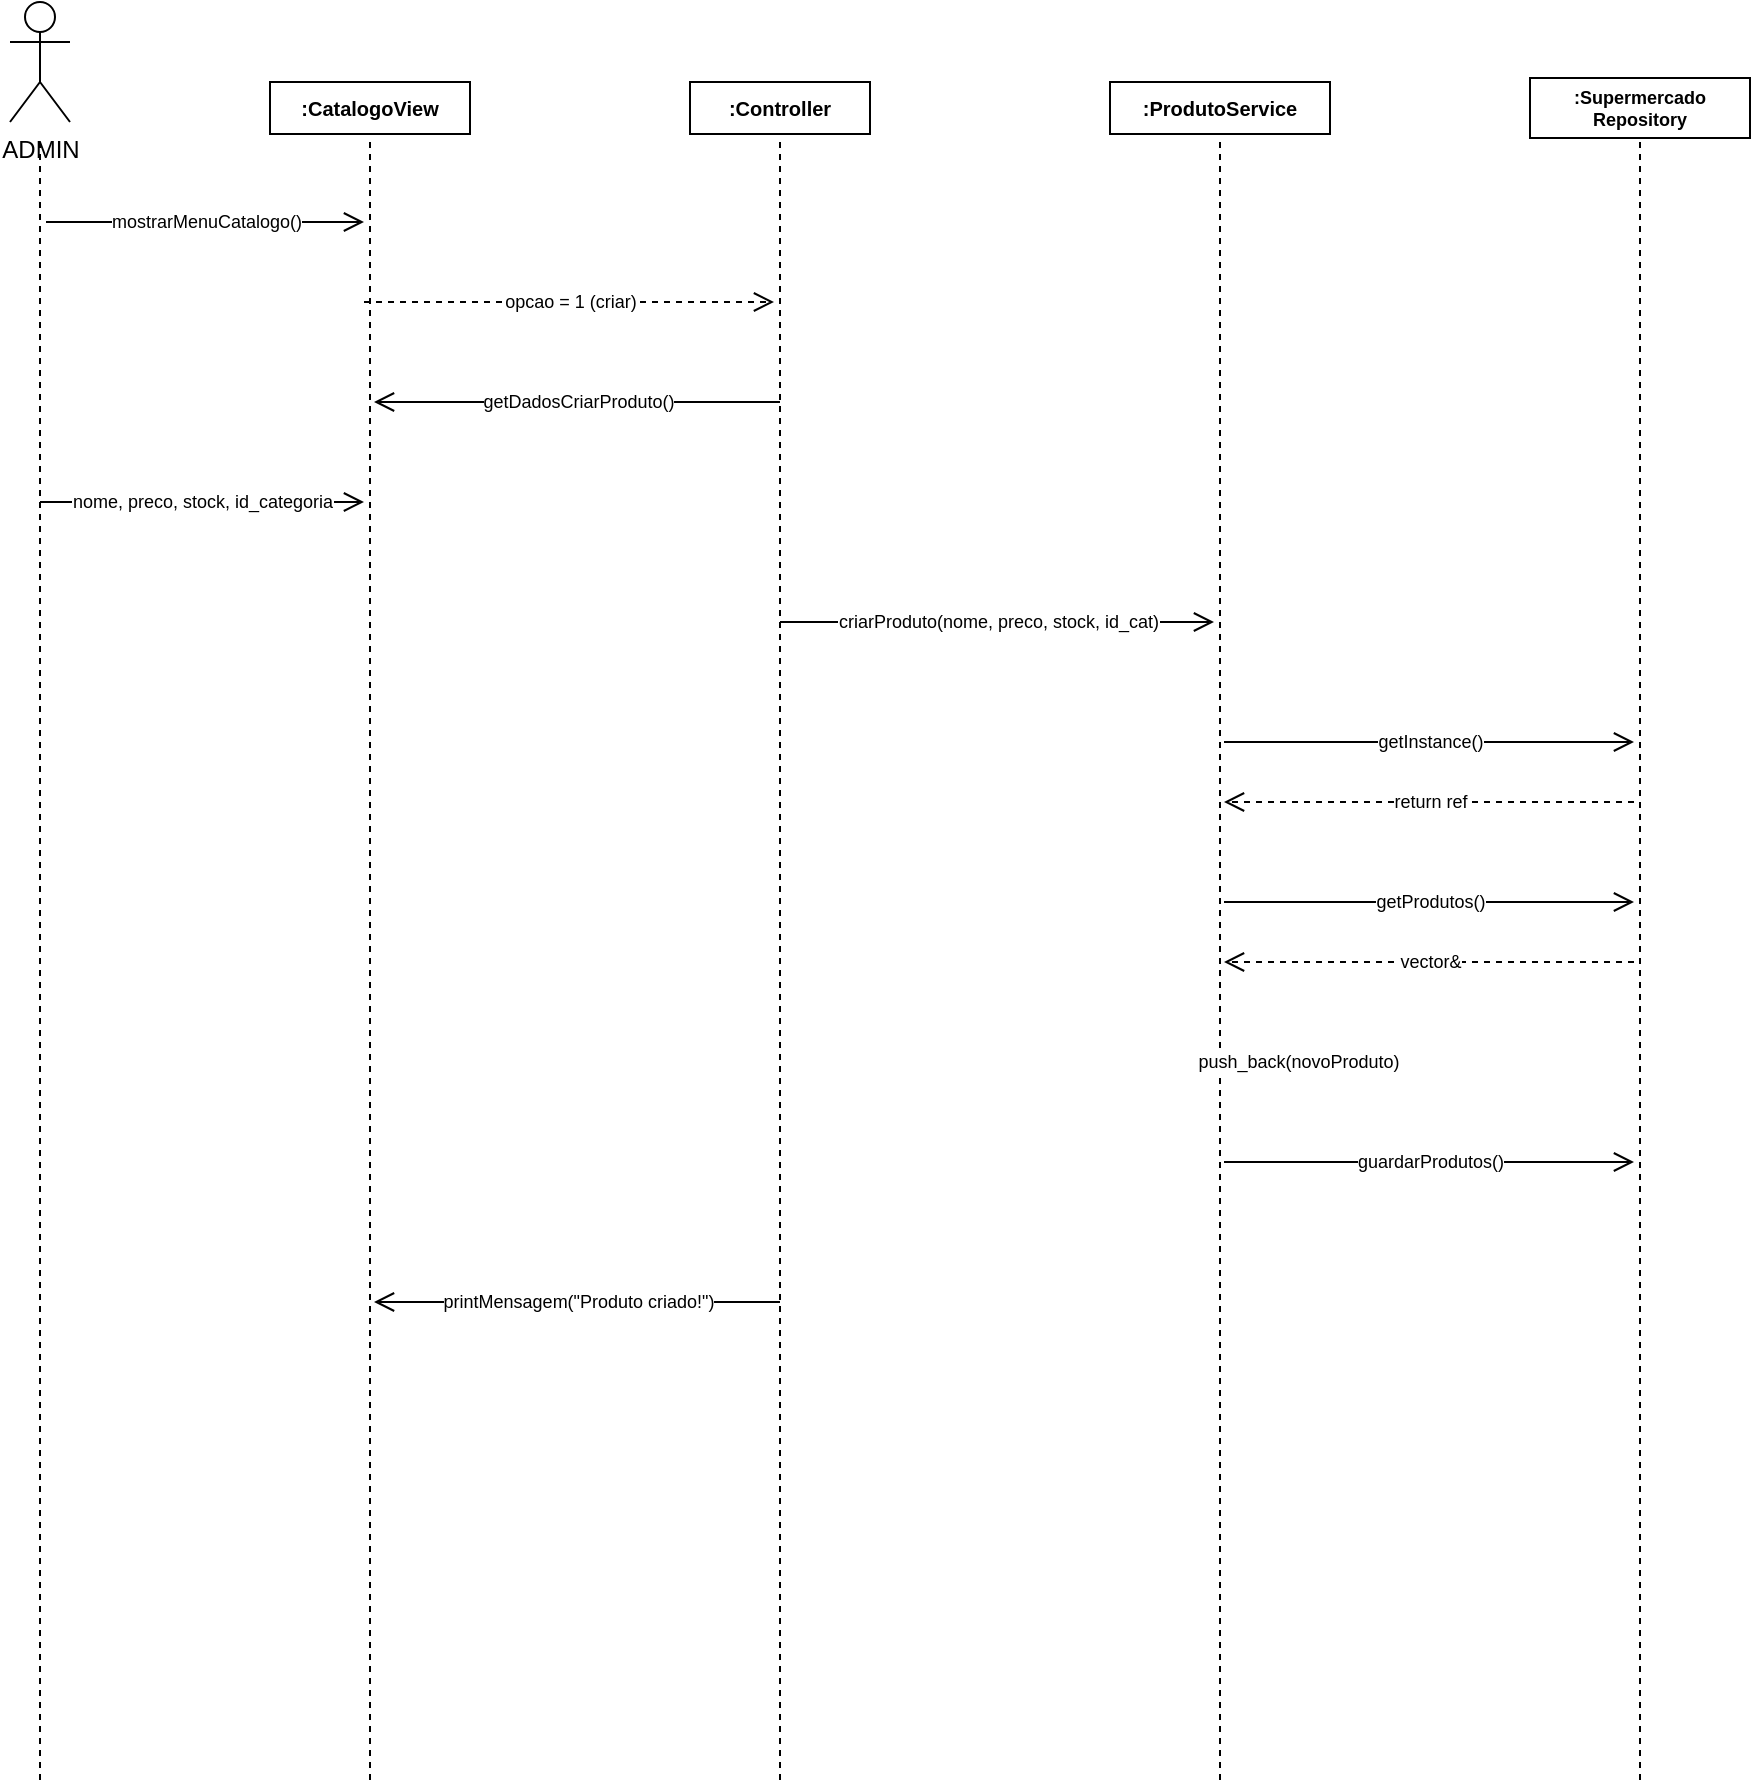
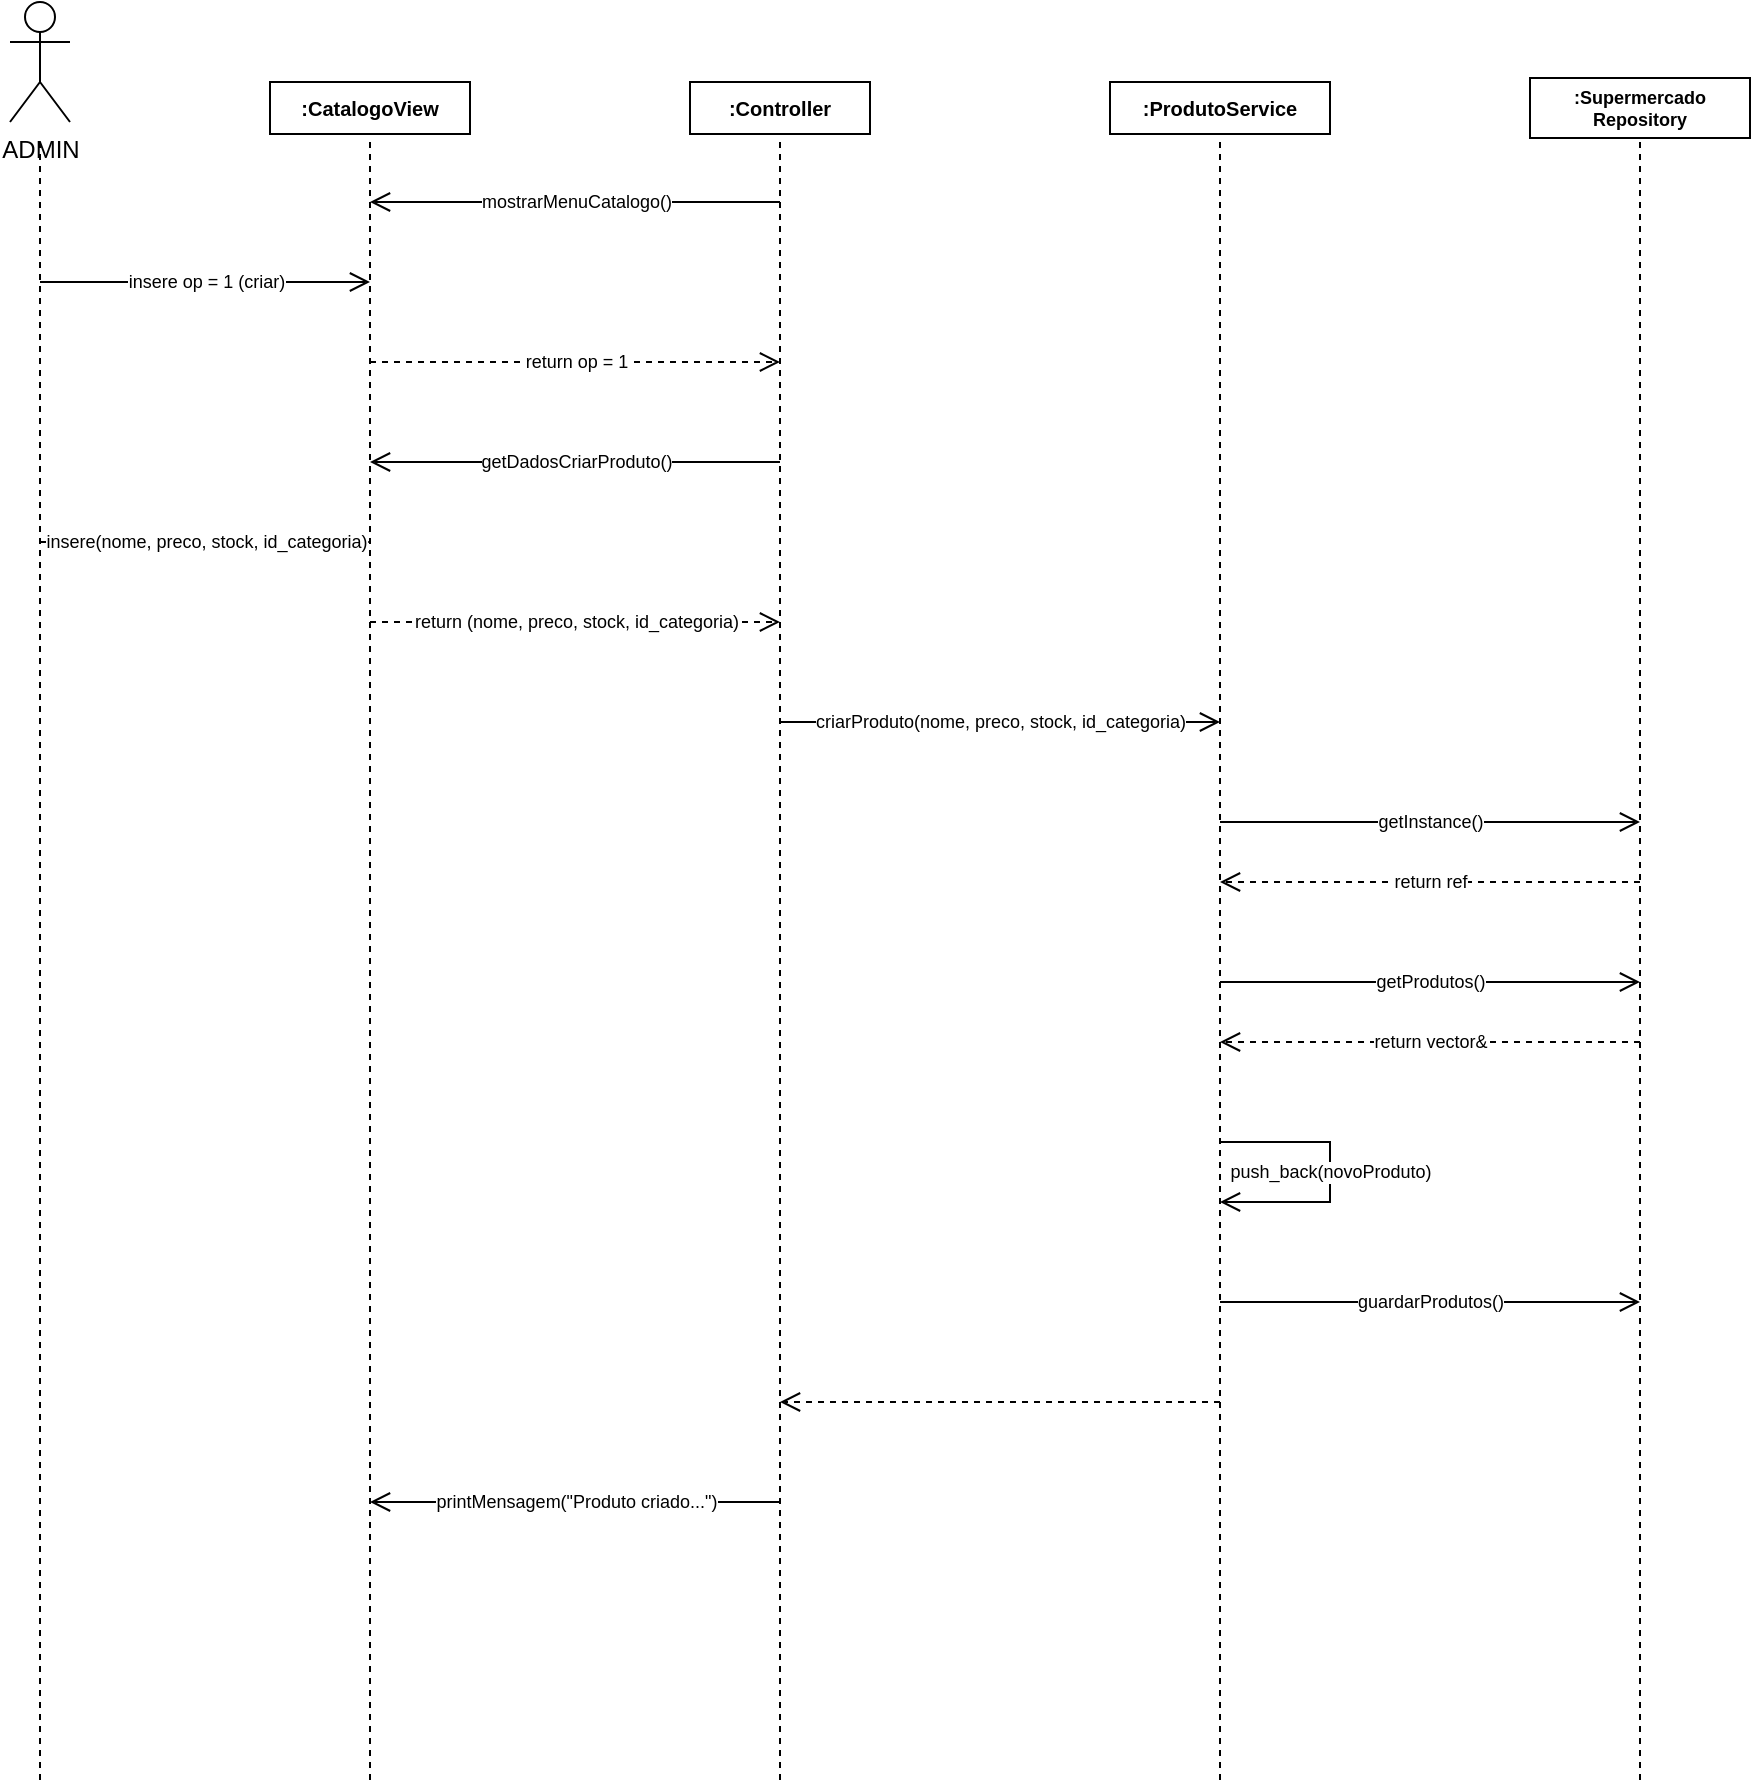
<mxfile host="app.diagrams.net">
  <diagram name="UC01-GerirCatalogo" id="uc01_seq">
    <mxGraphModel dx="1200" dy="900" grid="1" gridSize="10" guides="1" tooltips="1" connect="1" arrows="1" fold="1" page="1" pageScale="1" pageWidth="1050" pageHeight="950" math="0" shadow="0">
      <root>
        <mxCell id="0" />
        <mxCell id="1" parent="0" />

        <mxCell id="actor" parent="1" style="shape=umlActor;verticalLabelPosition=bottom;verticalAlign=top;html=1;outlineConnect=0;" value="ADMIN" vertex="1">
          <mxGeometry height="60" width="30" x="40" y="30" as="geometry" />
        </mxCell>
        <mxCell id="life_actor" parent="1" style="endArrow=none;html=1;dashed=1;strokeWidth=1;" edge="1">
          <mxGeometry height="820" width="2" relative="1" as="geometry">
            <mxPoint x="55" y="100" as="sourcePoint" />
            <mxPoint x="55" y="920" as="targetPoint" />
          </mxGeometry>
        </mxCell>

        <mxCell id="cv_header" parent="1" style="rounded=0;whiteSpace=wrap;html=1;fontStyle=1;fontSize=10;" value=":CatalogoView" vertex="1">
          <mxGeometry height="26" width="100" x="170" y="70" as="geometry" />
        </mxCell>
        <mxCell id="life_cv" parent="1" style="endArrow=none;html=1;dashed=1;strokeWidth=1;" edge="1">
          <mxGeometry height="820" width="2" relative="1" as="geometry">
            <mxPoint x="220" y="100" as="sourcePoint" />
            <mxPoint x="220" y="920" as="targetPoint" />
          </mxGeometry>
        </mxCell>

        <mxCell id="ctrl_header" parent="1" style="rounded=0;whiteSpace=wrap;html=1;fontStyle=1;fontSize=10;" value=":Controller" vertex="1">
          <mxGeometry height="26" width="90" x="380" y="70" as="geometry" />
        </mxCell>
        <mxCell id="life_ctrl" parent="1" style="endArrow=none;html=1;dashed=1;strokeWidth=1;" edge="1">
          <mxGeometry height="820" width="2" relative="1" as="geometry">
            <mxPoint x="425" y="100" as="sourcePoint" />
            <mxPoint x="425" y="920" as="targetPoint" />
          </mxGeometry>
        </mxCell>

        <mxCell id="ps_header" parent="1" style="rounded=0;whiteSpace=wrap;html=1;fontStyle=1;fontSize=10;" value=":ProdutoService" vertex="1">
          <mxGeometry height="26" width="110" x="590" y="70" as="geometry" />
        </mxCell>
        <mxCell id="life_ps" parent="1" style="endArrow=none;html=1;dashed=1;strokeWidth=1;" edge="1">
          <mxGeometry height="820" width="2" relative="1" as="geometry">
            <mxPoint x="645" y="100" as="sourcePoint" />
            <mxPoint x="645" y="920" as="targetPoint" />
          </mxGeometry>
        </mxCell>

        <mxCell id="repo_header" parent="1" style="rounded=0;whiteSpace=wrap;html=1;fontStyle=1;fontSize=9;" value=":Supermercado&#xa;Repository" vertex="1">
          <mxGeometry height="30" width="110" x="800" y="68" as="geometry" />
        </mxCell>
        <mxCell id="life_repo" parent="1" style="endArrow=none;html=1;dashed=1;strokeWidth=1;" edge="1">
          <mxGeometry height="820" width="2" relative="1" as="geometry">
            <mxPoint x="855" y="100" as="sourcePoint" />
            <mxPoint x="855" y="920" as="targetPoint" />
          </mxGeometry>
        </mxCell>

-         <mxCell id="msg1" parent="1" style="endArrow=open;html=1;fontSize=9;endSize=8;" value="mostrarMenuCatalogo()" edge="1">
+         <!-- Controller -> View: mostrarMenu -->
+         <mxCell id="msg_cv1" parent="1" style="endArrow=open;html=1;fontSize=9;endSize=8;" value="mostrarMenuCatalogo()" edge="1">
          <mxGeometry width="2" relative="1" as="geometry">
-             <mxPoint x="58" y="140" as="sourcePoint" />
-             <mxPoint x="217" y="140" as="targetPoint" />
+             <mxPoint x="425" y="130" as="sourcePoint" />
+             <mxPoint x="220" y="130" as="targetPoint" />
          </mxGeometry>
        </mxCell>

-         <mxCell id="msg2" parent="1" style="endArrow=open;html=1;fontSize=9;dashed=1;endSize=8;" value="opcao = 1 (criar)" edge="1">
+         <!-- Admin -> View: insere opcao -->
+         <mxCell id="msg_cv2" parent="1" style="endArrow=open;html=1;fontSize=9;endSize=8;" value="insere op = 1 (criar)" edge="1">
          <mxGeometry width="2" relative="1" as="geometry">
-             <mxPoint x="217" y="180" as="sourcePoint" />
-             <mxPoint x="422" y="180" as="targetPoint" />
+             <mxPoint x="55" y="170" as="sourcePoint" />
+             <mxPoint x="220" y="170" as="targetPoint" />
          </mxGeometry>
        </mxCell>

-         <mxCell id="msg3" parent="1" style="endArrow=open;html=1;fontSize=9;endSize=8;" value="getDadosCriarProduto()" edge="1">
+         <!-- View -> Controller: return opcao -->
+         <mxCell id="msg_cv3" parent="1" style="endArrow=open;html=1;fontSize=9;dashed=1;endSize=8;" value="return op = 1" edge="1">
          <mxGeometry width="2" relative="1" as="geometry">
-             <mxPoint x="425" y="230" as="sourcePoint" />
-             <mxPoint x="222" y="230" as="targetPoint" />
+             <mxPoint x="220" y="210" as="sourcePoint" />
+             <mxPoint x="425" y="210" as="targetPoint" />
          </mxGeometry>
        </mxCell>

-         <mxCell id="msg4" parent="1" style="endArrow=open;html=1;fontSize=9;endSize=8;" value="nome, preco, stock, id_categoria" edge="1">
+         <!-- Controller -> View: pede dados -->
+         <mxCell id="msg_cv4" parent="1" style="endArrow=open;html=1;fontSize=9;endSize=8;" value="getDadosCriarProduto()" edge="1">
          <mxGeometry width="2" relative="1" as="geometry">
-             <mxPoint x="55" y="280" as="sourcePoint" />
-             <mxPoint x="217" y="280" as="targetPoint" />
+             <mxPoint x="425" y="260" as="sourcePoint" />
+             <mxPoint x="220" y="260" as="targetPoint" />
          </mxGeometry>
        </mxCell>

-         <mxCell id="msg5" parent="1" style="endArrow=open;html=1;fontSize=9;endSize=8;" value="criarProduto(nome, preco, stock, id_cat)" edge="1">
+         <!-- Admin -> View: insere dados -->
+         <mxCell id="msg_cv5" parent="1" style="endArrow=open;html=1;fontSize=9;endSize=8;" value="insere(nome, preco, stock, id_categoria)" edge="1">
          <mxGeometry width="2" relative="1" as="geometry">
-             <mxPoint x="425" y="340" as="sourcePoint" />
-             <mxPoint x="642" y="340" as="targetPoint" />
+             <mxPoint x="55" y="300" as="sourcePoint" />
+             <mxPoint x="220" y="300" as="targetPoint" />
          </mxGeometry>
        </mxCell>

-         <mxCell id="msg6" parent="1" style="endArrow=open;html=1;fontSize=9;endSize=8;" value="getInstance()" edge="1">
+         <!-- View -> Controller: return dados -->
+         <mxCell id="msg_cv6" parent="1" style="endArrow=open;html=1;fontSize=9;dashed=1;endSize=8;" value="return (nome, preco, stock, id_categoria)" edge="1">
          <mxGeometry width="2" relative="1" as="geometry">
-             <mxPoint x="647" y="400" as="sourcePoint" />
-             <mxPoint x="852" y="400" as="targetPoint" />
+             <mxPoint x="220" y="340" as="sourcePoint" />
+             <mxPoint x="425" y="340" as="targetPoint" />
          </mxGeometry>
        </mxCell>

-         <mxCell id="msg6b" parent="1" style="endArrow=open;html=1;fontSize=9;dashed=1;endSize=8;" value="return ref" edge="1">
+         <!-- Controller -> Service: criar -->
+         <mxCell id="msg_cs1" parent="1" style="endArrow=open;html=1;fontSize=9;endSize=8;" value="criarProduto(nome, preco, stock, id_categoria)" edge="1">
          <mxGeometry width="2" relative="1" as="geometry">
-             <mxPoint x="852" y="430" as="sourcePoint" />
-             <mxPoint x="647" y="430" as="targetPoint" />
+             <mxPoint x="425" y="390" as="sourcePoint" />
+             <mxPoint x="645" y="390" as="targetPoint" />
          </mxGeometry>
        </mxCell>

-         <mxCell id="msg7" parent="1" style="endArrow=open;html=1;fontSize=9;endSize=8;" value="getProdutos()" edge="1">
+         <!-- Service -> Repo: getInstance -->
+         <mxCell id="msg_repo1" parent="1" style="endArrow=open;html=1;fontSize=9;endSize=8;" value="getInstance()" edge="1">
          <mxGeometry width="2" relative="1" as="geometry">
-             <mxPoint x="647" y="480" as="sourcePoint" />
-             <mxPoint x="852" y="480" as="targetPoint" />
+             <mxPoint x="645" y="440" as="sourcePoint" />
+             <mxPoint x="855" y="440" as="targetPoint" />
+           </mxGeometry>
+         </mxCell>
+         <mxCell id="msg_repo1b" parent="1" style="endArrow=open;html=1;fontSize=9;dashed=1;endSize=8;" value="return ref" edge="1">
+           <mxGeometry width="2" relative="1" as="geometry">
+             <mxPoint x="855" y="470" as="sourcePoint" />
+             <mxPoint x="645" y="470" as="targetPoint" />
          </mxGeometry>
        </mxCell>

-         <mxCell id="msg7b" parent="1" style="endArrow=open;html=1;fontSize=9;dashed=1;endSize=8;" value="vector&lt;Produto&gt;&amp;" edge="1">
+         <!-- Service -> Repo: getProdutos -->
+         <mxCell id="msg_repo2" parent="1" style="endArrow=open;html=1;fontSize=9;endSize=8;" value="getProdutos()" edge="1">
          <mxGeometry width="2" relative="1" as="geometry">
-             <mxPoint x="852" y="510" as="sourcePoint" />
-             <mxPoint x="647" y="510" as="targetPoint" />
+             <mxPoint x="645" y="520" as="sourcePoint" />
+             <mxPoint x="855" y="520" as="targetPoint" />
+           </mxGeometry>
+         </mxCell>
+         <mxCell id="msg_repo2b" parent="1" style="endArrow=open;html=1;fontSize=9;dashed=1;endSize=8;" value="return vector&lt;Produto&gt;&amp;" edge="1">
+           <mxGeometry width="2" relative="1" as="geometry">
+             <mxPoint x="855" y="550" as="sourcePoint" />
+             <mxPoint x="645" y="550" as="targetPoint" />
          </mxGeometry>
        </mxCell>

-         <mxCell id="msg8" parent="1" style="endArrow=open;html=1;fontSize=9;endSize=8;" value="push_back(novoProduto)" edge="1">
+         <!-- Service self call: push_back -->
+         <mxCell id="msg_self1" parent="1" style="endArrow=open;html=1;fontSize=9;endSize=8;edgeStyle=orthogonalEdgeStyle;rounded=0;" value="push_back(novoProduto)" edge="1">
          <mxGeometry width="2" relative="1" as="geometry">
-             <mxPoint x="647" y="560" as="sourcePoint" />
-             <mxPoint x="720" y="560" as="targetPoint" />
+             <mxPoint x="645" y="600" as="sourcePoint" />
+             <mxPoint x="645" y="630" as="targetPoint" />
+             <Array as="points">
+               <mxPoint x="700" y="600" />
+               <mxPoint x="700" y="630" />
+             </Array>
          </mxGeometry>
        </mxCell>

-         <mxCell id="msg9" parent="1" style="endArrow=open;html=1;fontSize=9;endSize=8;" value="guardarProdutos()" edge="1">
+         <!-- Service -> Repo: guardarProdutos -->
+         <mxCell id="msg_repo3" parent="1" style="endArrow=open;html=1;fontSize=9;endSize=8;" value="guardarProdutos()" edge="1">
          <mxGeometry width="2" relative="1" as="geometry">
-             <mxPoint x="647" y="610" as="sourcePoint" />
-             <mxPoint x="852" y="610" as="targetPoint" />
+             <mxPoint x="645" y="680" as="sourcePoint" />
+             <mxPoint x="855" y="680" as="targetPoint" />
          </mxGeometry>
        </mxCell>

-         <mxCell id="msg10" parent="1" style="endArrow=open;html=1;fontSize=9;endSize=8;" value="printMensagem(&quot;Produto criado!&quot;)" edge="1">
+         <!-- Service -> Controller: return ok -->
+         <mxCell id="msg_cs1b" parent="1" style="endArrow=open;html=1;fontSize=9;dashed=1;endSize=8;" value="" edge="1">
          <mxGeometry width="2" relative="1" as="geometry">
-             <mxPoint x="425" y="680" as="sourcePoint" />
-             <mxPoint x="222" y="680" as="targetPoint" />
+             <mxPoint x="645" y="730" as="sourcePoint" />
+             <mxPoint x="425" y="730" as="targetPoint" />
          </mxGeometry>
        </mxCell>
+ 
+         <!-- Controller -> View: printMensagem -->
+         <mxCell id="msg_cv7" parent="1" style="endArrow=open;html=1;fontSize=9;endSize=8;" value="printMensagem(&quot;Produto criado...&quot;)" edge="1">
+           <mxGeometry width="2" relative="1" as="geometry">
+             <mxPoint x="425" y="780" as="sourcePoint" />
+             <mxPoint x="220" y="780" as="targetPoint" />
+           </mxGeometry>
+         </mxCell>
+ 
      </root>
    </mxGraphModel>
  </diagram>
</mxfile>
